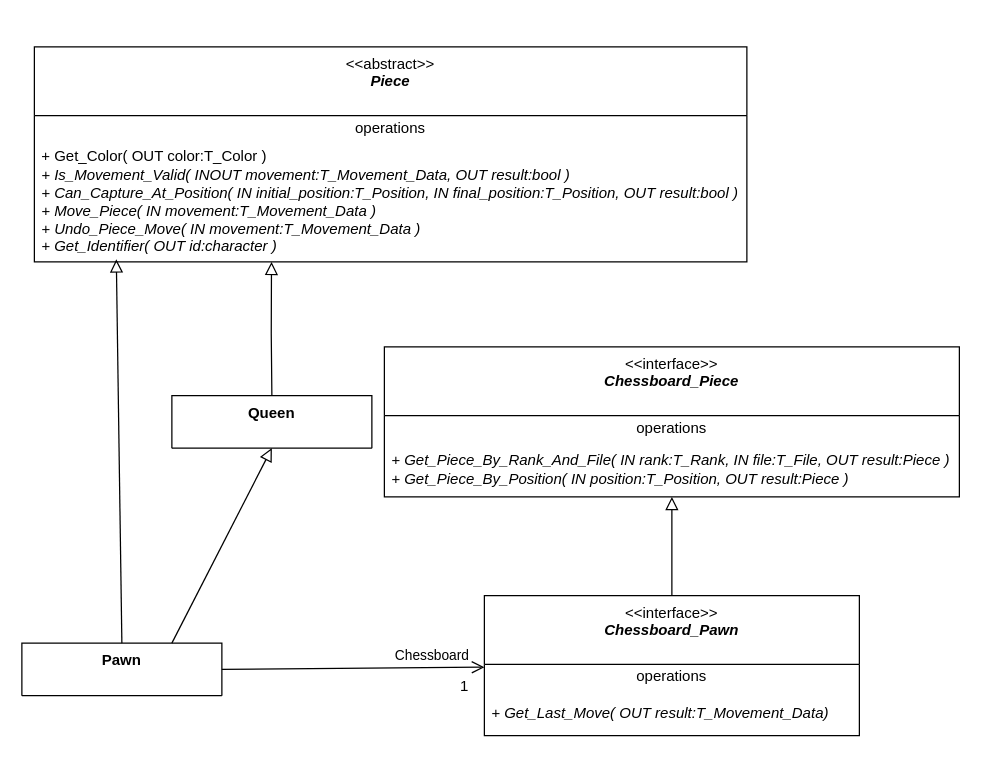
Before: page "Pawn" (4 of 6) of doc/Embedded_Chess.drawio in SanteyneEmbeddedSystems/Embedded_Chess, a draw.io diagram. Source tidied: cells renumbered, new cells numbered last; positions are measured from the earlier drawing's top-left corner, leaving out a move shared by most shapes. Both pictures are drawn from the tidied source at 125%, with x=0, y=0 at pixel (21, 46).
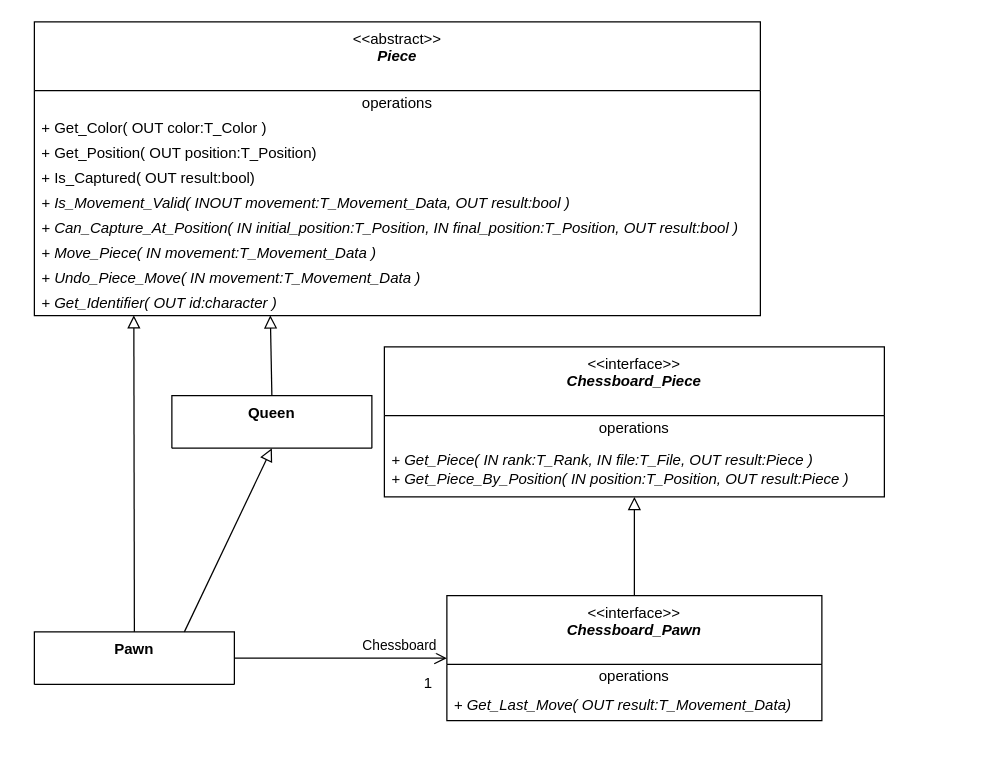
Above is the later version.

The change refers to these unchanged cells:
```xml
<mxCell id="9" value="&lt;b&gt;Queen&lt;/b&gt;" style="swimlane;fontStyle=0;align=center;verticalAlign=top;horizontal=1;startSize=55;html=1;whiteSpace=wrap;" parent="1" vertex="1">
  <mxGeometry x="120" y="279" width="160" height="42" as="geometry" />
</mxCell>
<mxCell id="17" style="endArrow=open;startArrow=none;endFill=0;startFill=0;endSize=8;html=1;verticalAlign=bottom;labelBackgroundColor=none;strokeWidth=1;rounded=0;exitX=1;exitY=0.5;exitDx=0;exitDy=0;" parent="1" edge="1" source="5" target="13">
  <mxGeometry relative="1" as="geometry" />
</mxCell>
```

Diff of the diagram source:
```diff
@@
-    <mxCell id="2" value="&amp;lt;&amp;lt;abstract&amp;gt;&amp;gt;&lt;br&gt;&lt;b&gt;&lt;i&gt;Piece&lt;/i&gt;&lt;/b&gt;" style="swimlane;fontStyle=0;align=center;verticalAlign=top;horizontal=1;startSize=55;html=1;whiteSpace=wrap;" parent="1" vertex="1">
-      <mxGeometry x="10" width="570" height="172" as="geometry" />
-    </mxCell>
-    <mxCell id="3" value="operations" style="text;html=1;strokeColor=none;fillColor=none;align=center;verticalAlign=middle;spacingLeft=4;spacingRight=4;overflow=hidden;whiteSpace=wrap;" parent="2" vertex="1">
-      <mxGeometry y="55" width="570" height="20" as="geometry" />
-    </mxCell>
-    <mxCell id="4" value="+&amp;nbsp;Get_Color( OUT color:T_Color )&lt;br&gt;&lt;i&gt;+ Is_Movement_Valid( INOUT movement:T_Movement_Data, OUT result:bool )&lt;br&gt;+ Can_Capture_At_Position( IN initial_position:T_Position, IN final_position:&lt;span style=&quot;background-color: initial;&quot;&gt;T_Position,&amp;nbsp;&lt;/span&gt;OUT result:bool )&lt;br&gt;&lt;/i&gt;&lt;div&gt;&lt;i&gt;+ Move_Piece( IN movement:T_Movement_Data )&lt;/i&gt;&lt;/div&gt;&lt;div&gt;&lt;i&gt;+ Undo_Piece_Move( IN movement:T_Movement_Data )&lt;/i&gt;&lt;/div&gt;&lt;div&gt;&lt;i&gt;+ Get_Identifier( OUT id:character )&lt;/i&gt;&lt;/div&gt;" style="text;html=1;strokeColor=none;fillColor=none;align=left;verticalAlign=middle;spacingLeft=4;spacingRight=4;overflow=hidden;points=[[0,0.5],[1,0.5]];portConstraint=eastwest;whiteSpace=wrap;" parent="2" vertex="1">
-      <mxGeometry y="75" width="570" height="97" as="geometry" />
-    </mxCell>
     <mxCell id="5" value="&lt;b&gt;Pawn&lt;/b&gt;" style="swimlane;fontStyle=0;align=center;verticalAlign=top;horizontal=1;startSize=42;html=1;whiteSpace=wrap;" parent="1" vertex="1">
-      <mxGeometry y="477" width="160" height="42" as="geometry" />
+      <mxGeometry x="10" y="468" width="160" height="42" as="geometry" />
     </mxCell>
@@
-    <mxCell id="7" style="endArrow=block;html=1;rounded=0;align=center;verticalAlign=bottom;endFill=0;labelBackgroundColor=none;endSize=8;exitX=0.5;exitY=0;exitDx=0;exitDy=0;entryX=0.115;entryY=0.979;entryDx=0;entryDy=0;entryPerimeter=0;" parent="1" edge="1" source="5" target="4">
+    <mxCell id="7" style="endArrow=block;html=1;rounded=0;align=center;verticalAlign=bottom;endFill=0;labelBackgroundColor=none;endSize=8;exitX=0.5;exitY=0;exitDx=0;exitDy=0;entryX=0.137;entryY=0.986;entryDx=0;entryDy=0;entryPerimeter=0;" parent="1" edge="1" source="5" target="27">
       <mxGeometry relative="1" as="geometry" />
     </mxCell>
-    <mxCell id="8" style="endArrow=block;html=1;rounded=0;align=center;verticalAlign=bottom;endFill=0;labelBackgroundColor=none;endSize=8;exitX=0.5;exitY=0;exitDx=0;exitDy=0;entryX=0.197;entryY=1.006;entryDx=0;entryDy=0;entryPerimeter=0;" parent="1" edge="1" source="9">
-      <mxGeometry relative="1" as="geometry">
-        <mxPoint x="199.7" y="172" as="targetPoint" />
-        <Array as="points">
-          <mxPoint x="199.5" y="229.4" />
-        </Array>
-      </mxGeometry>
-    </mxCell>
@@
     <mxCell id="10" value="&amp;lt;&amp;lt;interface&amp;gt;&amp;gt;&lt;br&gt;&lt;b&gt;&lt;i&gt;Chessboard_Piece&lt;/i&gt;&lt;/b&gt;" style="swimlane;fontStyle=0;align=center;verticalAlign=top;horizontal=1;startSize=55;html=1;whiteSpace=wrap;" parent="1" vertex="1">
-      <mxGeometry x="290" y="240" width="460" height="120" as="geometry" />
+      <mxGeometry x="290" y="240" width="400" height="120" as="geometry" />
     </mxCell>
     <mxCell id="11" value="operations" style="text;html=1;strokeColor=none;fillColor=none;align=center;verticalAlign=middle;spacingLeft=4;spacingRight=4;overflow=hidden;whiteSpace=wrap;" parent="10" vertex="1">
-      <mxGeometry y="55" width="460" height="20" as="geometry" />
+      <mxGeometry y="55" width="400" height="20" as="geometry" />
     </mxCell>
-    <mxCell id="12" value="&lt;i&gt;+ Get_Piece_By_Rank_And_File( IN rank:T_Rank, IN file:T_File, OUT result:Piece )&lt;br&gt;+&amp;nbsp;Get_Piece_By_Position( IN position:T_Position, OUT result:Piece )&lt;/i&gt;" style="text;html=1;strokeColor=none;fillColor=none;align=left;verticalAlign=middle;spacingLeft=4;spacingRight=4;overflow=hidden;points=[[0,0.5],[1,0.5]];portConstraint=eastwest;whiteSpace=wrap;" parent="10" vertex="1">
-      <mxGeometry y="75" width="460" height="45" as="geometry" />
+    <mxCell id="12" value="&lt;i&gt;+ Get_Piece( IN rank:T_Rank, IN file:T_File, OUT result:Piece )&lt;br&gt;+&amp;nbsp;Get_Piece_By_Position( IN position:T_Position, OUT result:Piece )&lt;/i&gt;" style="text;html=1;strokeColor=none;fillColor=none;align=left;verticalAlign=middle;spacingLeft=4;spacingRight=4;overflow=hidden;points=[[0,0.5],[1,0.5]];portConstraint=eastwest;whiteSpace=wrap;" parent="10" vertex="1">
+      <mxGeometry y="75" width="400" height="45" as="geometry" />
     </mxCell>
     <mxCell id="13" value="&amp;lt;&amp;lt;interface&amp;gt;&amp;gt;&lt;br&gt;&lt;b&gt;&lt;i&gt;Chessboard_Pawn&lt;/i&gt;&lt;/b&gt;" style="swimlane;fontStyle=0;align=center;verticalAlign=top;horizontal=1;startSize=55;html=1;whiteSpace=wrap;" parent="1" vertex="1">
-      <mxGeometry x="370" y="439" width="300" height="112" as="geometry" />
+      <mxGeometry x="340" y="439" width="300" height="100" as="geometry" />
     </mxCell>
@@
     <mxCell id="15" value="&lt;i&gt;+ Get_Last_Move( OUT result:T_Movement_Data)&lt;br&gt;&lt;/i&gt;" style="text;html=1;strokeColor=none;fillColor=none;align=left;verticalAlign=middle;spacingLeft=4;spacingRight=4;overflow=hidden;whiteSpace=wrap;" parent="13" vertex="1">
-      <mxGeometry y="75" width="300" height="37" as="geometry" />
+      <mxGeometry y="75" width="300" height="25" as="geometry" />
     </mxCell>
@@
     <mxCell id="18" value="Chessboard" style="edgeLabel;html=1;align=center;verticalAlign=middle;" parent="17" vertex="1">
       <mxGeometry x="-0.25" y="3" relative="1" as="geometry">
-        <mxPoint x="89" y="-8" as="offset" />
+        <mxPoint x="67" y="-8" as="offset" />
       </mxGeometry>
     </mxCell>
     <mxCell id="19" value="1" style="html=1;align=left;verticalAlign=top;labelBackgroundColor=none;" parent="1" vertex="1">
-      <mxGeometry x="349" y="498" as="geometry" />
+      <mxGeometry x="320" y="495" as="geometry" />
     </mxCell>
+    <mxCell id="2" value="&amp;lt;&amp;lt;abstract&amp;gt;&amp;gt;&lt;br&gt;&lt;b&gt;&lt;i&gt;Piece&lt;/i&gt;&lt;/b&gt;" style="swimlane;fontStyle=0;align=center;verticalAlign=top;horizontal=1;startSize=55;html=1;whiteSpace=wrap;" parent="1" vertex="1">
+      <mxGeometry x="10" y="-20" width="580.8" height="235" as="geometry" />
+    </mxCell>
+    <mxCell id="3" value="operations" style="text;html=1;strokeColor=none;fillColor=none;align=center;verticalAlign=middle;spacingLeft=4;spacingRight=4;overflow=hidden;whiteSpace=wrap;" parent="2" vertex="1">
+      <mxGeometry y="55" width="580.8" height="20" as="geometry" />
+    </mxCell>
+    <mxCell id="20" value="+&amp;nbsp;Get_Color( OUT color:T_Color )" style="text;html=1;strokeColor=none;fillColor=none;align=left;verticalAlign=middle;spacingLeft=4;spacingRight=4;overflow=hidden;whiteSpace=wrap;" parent="2" vertex="1">
+      <mxGeometry y="75" width="580.8" height="20" as="geometry" />
+    </mxCell>
+    <mxCell id="21" value="+ Get_Position( OUT position:T_Position)" style="text;html=1;strokeColor=none;fillColor=none;align=left;verticalAlign=middle;spacingLeft=4;spacingRight=4;overflow=hidden;whiteSpace=wrap;" parent="2" vertex="1">
+      <mxGeometry y="95" width="580.8" height="20" as="geometry" />
+    </mxCell>
+    <mxCell id="22" value="+ Is_Captured( OUT result:bool)" style="text;html=1;strokeColor=none;fillColor=none;align=left;verticalAlign=middle;spacingLeft=4;spacingRight=4;overflow=hidden;whiteSpace=wrap;" parent="2" vertex="1">
+      <mxGeometry y="115" width="580.8" height="20" as="geometry" />
+    </mxCell>
+    <mxCell id="23" value="&lt;i&gt;+ Is_Movement_Valid( INOUT movement:T_Movement_Data, OUT result:bool )&lt;/i&gt;" style="text;html=1;strokeColor=none;fillColor=none;align=left;verticalAlign=middle;spacingLeft=4;spacingRight=4;overflow=hidden;whiteSpace=wrap;" parent="2" vertex="1">
+      <mxGeometry y="135" width="580.8" height="20" as="geometry" />
+    </mxCell>
+    <mxCell id="24" value="&lt;i&gt;+ Can_Capture_At_Position( IN initial_position:T_Position, IN final_position:&lt;span style=&quot;background-color: initial;&quot;&gt;T_Position,&amp;nbsp;&lt;/span&gt;OUT result:bool )&lt;/i&gt;" style="text;html=1;strokeColor=none;fillColor=none;align=left;verticalAlign=middle;spacingLeft=4;spacingRight=4;overflow=hidden;whiteSpace=wrap;" parent="2" vertex="1">
+      <mxGeometry y="155" width="580.8" height="20" as="geometry" />
+    </mxCell>
+    <mxCell id="25" value="&lt;i&gt;+ Move_Piece( IN movement:T_Movement_Data )&lt;/i&gt;" style="text;html=1;strokeColor=none;fillColor=none;align=left;verticalAlign=middle;spacingLeft=4;spacingRight=4;overflow=hidden;whiteSpace=wrap;" parent="2" vertex="1">
+      <mxGeometry y="175" width="580.8" height="20" as="geometry" />
+    </mxCell>
+    <mxCell id="26" value="&lt;i&gt;+ Undo_Piece_Move( IN movement:T_Movement_Data )&lt;/i&gt;" style="text;html=1;strokeColor=none;fillColor=none;align=left;verticalAlign=middle;spacingLeft=4;spacingRight=4;overflow=hidden;whiteSpace=wrap;" parent="2" vertex="1">
+      <mxGeometry y="195" width="580.8" height="20" as="geometry" />
+    </mxCell>
+    <mxCell id="27" value="&lt;i&gt;+ Get_Identifier( OUT id:character )&lt;/i&gt;" style="text;html=1;strokeColor=none;fillColor=none;align=left;verticalAlign=middle;spacingLeft=4;spacingRight=4;overflow=hidden;points=[[0,0.5],[1,0.5]];portConstraint=eastwest;whiteSpace=wrap;" parent="2" vertex="1">
+      <mxGeometry y="215" width="580.8" height="20" as="geometry" />
+    </mxCell>
+    <mxCell id="28" style="endArrow=block;html=1;rounded=0;align=center;verticalAlign=bottom;endFill=0;labelBackgroundColor=none;endSize=8;exitX=0.5;exitY=0;exitDx=0;exitDy=0;entryX=0.325;entryY=0.986;entryDx=0;entryDy=0;entryPerimeter=0;" parent="1" edge="1" source="9" target="27">
+      <mxGeometry relative="1" as="geometry" />
+    </mxCell>
```
